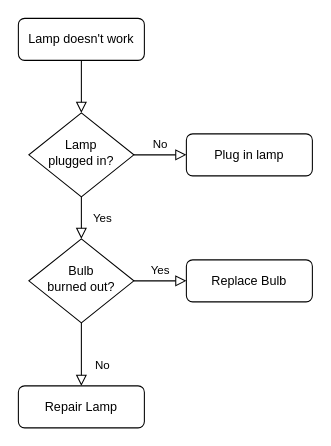
This is DOC/diagrams.net/square_function.drawio from DavidkaBenAvraham/Katia, a draw.io file, before an edit. Source tidied: cells renumbered, new cells numbered last; positions are measured from the earlier drawing's top-left corner, leaving out a move shared by most shapes. Both pictures are drawn from the tidied source at 105%, with x=0, y=0 at pixel (18, 18).
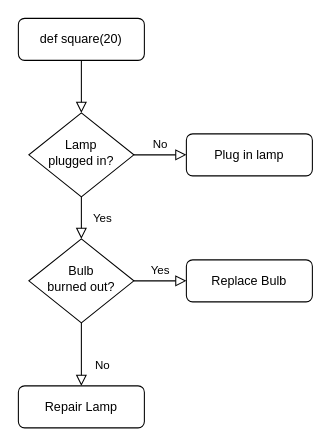
Above is the later version.

Diff of the diagram source:
```diff
@@
 <mxGraphModel>
   <root>
     <mxCell id="0" />
     <mxCell id="1" parent="0" />
     <mxCell id="2" style="rounded=0;html=1;jettySize=auto;fontSize=11;endArrow=block;endFill=0;endSize=8;strokeWidth=1;shadow=0;labelBackgroundColor=none;edgeStyle=orthogonalEdgeStyle;" parent="1" edge="1" source="3" target="6">
       <mxGeometry relative="1" as="geometry" />
     </mxCell>
-    <mxCell id="3" value="Lamp doesn't work" style="rounded=1;whiteSpace=wrap;html=1;fontSize=12;glass=0;strokeWidth=1;shadow=0;" parent="1" vertex="1">
+    <mxCell id="3" value="def square(20)" style="rounded=1;whiteSpace=wrap;html=1;fontSize=12;glass=0;strokeWidth=1;shadow=0;" parent="1" vertex="1">
       <mxGeometry width="120" height="40" as="geometry" />
     </mxCell>
     <mxCell id="4" value="Yes" style="rounded=0;html=1;jettySize=auto;fontSize=11;endArrow=block;endFill=0;endSize=8;strokeWidth=1;shadow=0;labelBackgroundColor=none;edgeStyle=orthogonalEdgeStyle;" parent="1" edge="1" source="6" target="10">
       <mxGeometry y="20" relative="1" as="geometry" />
     </mxCell>
     <mxCell id="5" value="No" style="edgeStyle=orthogonalEdgeStyle;rounded=0;html=1;jettySize=auto;fontSize=11;endArrow=block;endFill=0;endSize=8;strokeWidth=1;shadow=0;labelBackgroundColor=none;" parent="1" edge="1" source="6" target="7">
       <mxGeometry y="10" relative="1" as="geometry" />
     </mxCell>
     <mxCell id="6" value="Lamp&lt;br&gt;plugged in?" style="rhombus;whiteSpace=wrap;html=1;shadow=0;fontFamily=Helvetica;fontSize=12;align=center;strokeWidth=1;spacing=6;spacingTop=-4;" parent="1" vertex="1">
       <mxGeometry x="10" y="90" width="100" height="80" as="geometry" />
     </mxCell>
     <mxCell id="7" value="Plug in lamp" style="rounded=1;whiteSpace=wrap;html=1;fontSize=12;glass=0;strokeWidth=1;shadow=0;" parent="1" vertex="1">
       <mxGeometry x="160" y="110" width="120" height="40" as="geometry" />
     </mxCell>
     <mxCell id="8" value="No" style="rounded=0;html=1;jettySize=auto;fontSize=11;endArrow=block;endFill=0;endSize=8;strokeWidth=1;shadow=0;labelBackgroundColor=none;edgeStyle=orthogonalEdgeStyle;" parent="1" edge="1" source="10" target="11">
       <mxGeometry x="0.33" y="20" relative="1" as="geometry" />
     </mxCell>
     <mxCell id="9" value="Yes" style="edgeStyle=orthogonalEdgeStyle;rounded=0;html=1;jettySize=auto;fontSize=11;endArrow=block;endFill=0;endSize=8;strokeWidth=1;shadow=0;labelBackgroundColor=none;" parent="1" edge="1" source="10" target="12">
       <mxGeometry y="10" relative="1" as="geometry" />
     </mxCell>
     <mxCell id="10" value="Bulb&lt;br&gt;burned out?" style="rhombus;whiteSpace=wrap;html=1;shadow=0;fontFamily=Helvetica;fontSize=12;align=center;strokeWidth=1;spacing=6;spacingTop=-4;" parent="1" vertex="1">
       <mxGeometry x="10" y="210" width="100" height="80" as="geometry" />
     </mxCell>
     <mxCell id="11" value="Repair Lamp" style="rounded=1;whiteSpace=wrap;html=1;fontSize=12;glass=0;strokeWidth=1;shadow=0;" parent="1" vertex="1">
       <mxGeometry y="350" width="120" height="40" as="geometry" />
     </mxCell>
     <mxCell id="12" value="Replace Bulb" style="rounded=1;whiteSpace=wrap;html=1;fontSize=12;glass=0;strokeWidth=1;shadow=0;" parent="1" vertex="1">
       <mxGeometry x="160" y="230" width="120" height="40" as="geometry" />
     </mxCell>
   </root>
 </mxGraphModel>
```
